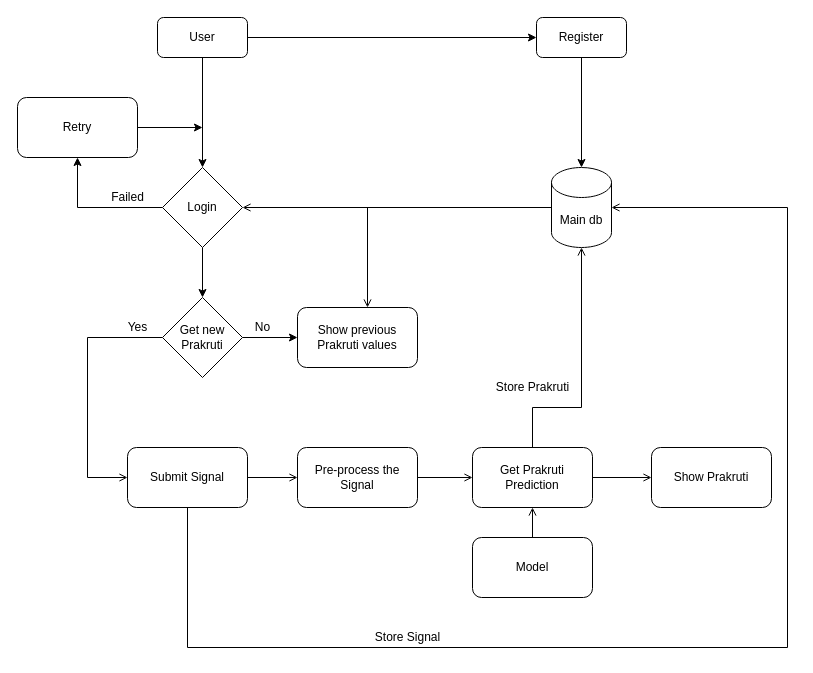
The draw.io diagram page "Architecture" (6 of 8) of nadi.drawio in MohitBurkule/nadi, before the edit. Source tidied: cells renumbered, new cells numbered last; positions are measured from the earlier drawing's top-left corner, leaving out a move shared by most shapes. Both pictures are drawn from the tidied source at 100%, with x=0, y=0 at pixel (17, 17).
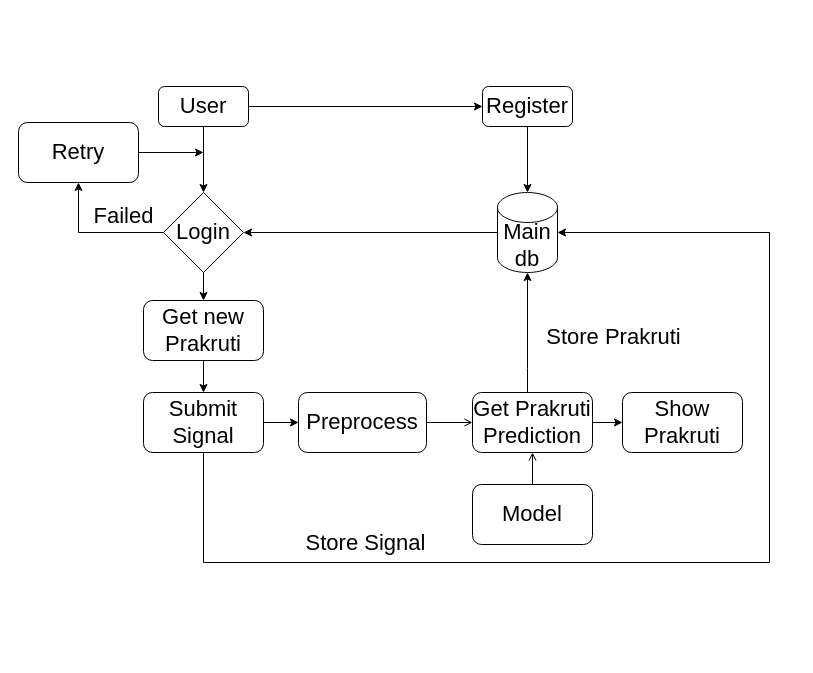
Above is the later version.

What changed in the source:
```diff
@@
-    <mxCell id="2" style="edgeStyle=orthogonalEdgeStyle;rounded=0;jettySize=auto;html=1;exitX=0;exitY=0.5;exitDx=0;exitDy=0;exitPerimeter=0;endArrow=open;endFill=0;" parent="1" edge="1" source="4" target="22">
-      <mxGeometry relative="1" as="geometry">
-        <Array as="points">
-          <mxPoint x="350" y="190" />
-        </Array>
-      </mxGeometry>
-    </mxCell>
-    <mxCell id="3" style="edgeStyle=orthogonalEdgeStyle;rounded=0;jettySize=auto;html=1;exitX=0;exitY=0.5;exitDx=0;exitDy=0;exitPerimeter=0;entryX=1;entryY=0.5;entryDx=0;entryDy=0;endArrow=open;endFill=0;" parent="1" edge="1" source="4" target="12">
+    <mxCell id="3" style="edgeStyle=orthogonalEdgeStyle;rounded=0;jettySize=auto;html=1;fontSize=22;" parent="1" edge="1" source="4" target="12">
       <mxGeometry relative="1" as="geometry" />
     </mxCell>
-    <mxCell id="4" value="Main db" style="shape=cylinder3;whiteSpace=wrap;html=1;boundedLbl=1;backgroundOutline=1;size=15;" parent="1" vertex="1">
-      <mxGeometry x="534" y="150" width="60" height="80" as="geometry" />
+    <mxCell id="4" value="Main db" style="shape=cylinder3;whiteSpace=wrap;html=1;boundedLbl=1;backgroundOutline=1;size=15;fontSize=22;" parent="1" vertex="1">
+      <mxGeometry x="480" y="175" width="60" height="80" as="geometry" />
     </mxCell>
@@
-    <mxCell id="7" value="User" style="rounded=1;whiteSpace=wrap;html=1;" parent="1" vertex="1">
-      <mxGeometry x="140" width="90" height="40" as="geometry" />
+    <mxCell id="7" value="User" style="rounded=1;whiteSpace=wrap;html=1;fontSize=22;" parent="1" vertex="1">
+      <mxGeometry x="141" y="69" width="90" height="40" as="geometry" />
     </mxCell>
@@
-    <mxCell id="9" value="Register" style="rounded=1;whiteSpace=wrap;html=1;" parent="1" vertex="1">
-      <mxGeometry x="519" width="90" height="40" as="geometry" />
+    <mxCell id="9" value="Register" style="rounded=1;whiteSpace=wrap;html=1;fontSize=22;" parent="1" vertex="1">
+      <mxGeometry x="465" y="69" width="90" height="40" as="geometry" />
     </mxCell>
@@
-    <mxCell id="11" style="edgeStyle=orthogonalEdgeStyle;rounded=0;jettySize=auto;html=1;exitX=0.5;exitY=1;exitDx=0;exitDy=0;entryX=0.5;entryY=0;entryDx=0;entryDy=0;" parent="1" edge="1" source="12" target="21">
+    <mxCell id="11" style="edgeStyle=orthogonalEdgeStyle;rounded=0;jettySize=auto;html=1;fontSize=22;" parent="1" edge="1" source="12" target="21">
       <mxGeometry relative="1" as="geometry" />
     </mxCell>
-    <mxCell id="12" value="Login" style="rhombus;whiteSpace=wrap;html=1;" parent="1" vertex="1">
-      <mxGeometry x="145" y="150" width="80" height="80" as="geometry" />
+    <mxCell id="12" value="Login" style="rhombus;whiteSpace=wrap;html=1;fontSize=22;" parent="1" vertex="1">
+      <mxGeometry x="146" y="175" width="80" height="80" as="geometry" />
     </mxCell>
-    <mxCell id="13" style="edgeStyle=orthogonalEdgeStyle;rounded=0;jettySize=auto;html=1;exitX=1;exitY=0.5;exitDx=0;exitDy=0;endArrow=open;endFill=0;" parent="1" edge="1" source="33" target="27">
+    <mxCell id="13" style="edgeStyle=orthogonalEdgeStyle;rounded=0;jettySize=auto;html=1;exitX=1;exitY=0.5;exitDx=0;exitDy=0;endArrow=open;endFill=0;fontSize=22;" parent="1" edge="1" source="33" target="27">
       <mxGeometry relative="1" as="geometry" />
     </mxCell>
+    <mxCell id="34" style="edgeStyle=orthogonalEdgeStyle;rounded=0;jettySize=auto;html=1;exitX=1;exitY=0.5;exitDx=0;exitDy=0;fontSize=22;" parent="1" edge="1" source="15" target="33">
+      <mxGeometry relative="1" as="geometry" />
+    </mxCell>
-    <mxCell id="14" style="edgeStyle=orthogonalEdgeStyle;rounded=0;jettySize=auto;html=1;exitX=0.5;exitY=1;exitDx=0;exitDy=0;entryX=1;entryY=0.5;entryDx=0;entryDy=0;entryPerimeter=0;endArrow=open;endFill=0;" parent="1" edge="1" source="15" target="4">
+    <mxCell id="14" style="edgeStyle=orthogonalEdgeStyle;rounded=0;jettySize=auto;html=1;entryX=1;entryY=0.5;entryDx=0;entryDy=0;entryPerimeter=0;fontSize=22;" parent="1" edge="1" source="15" target="4">
       <mxGeometry relative="1" as="geometry">
         <Array as="points">
-          <mxPoint x="170" y="630" />
-          <mxPoint x="770" y="630" />
-          <mxPoint x="770" y="190" />
+          <mxPoint x="186" y="545" />
+          <mxPoint x="752" y="545" />
+          <mxPoint x="752" y="215" />
         </Array>
       </mxGeometry>
     </mxCell>
-    <mxCell id="15" value="Submit Signal" style="rounded=1;whiteSpace=wrap;html=1;" parent="1" vertex="1">
-      <mxGeometry x="110" y="430" width="120" height="60" as="geometry" />
+    <mxCell id="15" value="Submit Signal" style="rounded=1;whiteSpace=wrap;html=1;fontSize=22;" parent="1" vertex="1">
+      <mxGeometry x="126" y="375" width="120" height="60" as="geometry" />
     </mxCell>
     <mxCell id="16" style="edgeStyle=orthogonalEdgeStyle;rounded=0;jettySize=auto;html=1;exitX=1;exitY=0.5;exitDx=0;exitDy=0;" parent="1" edge="1" source="17">
       <mxGeometry relative="1" as="geometry">
-        <mxPoint x="185" y="110" as="targetPoint" />
+        <mxPoint x="186" y="135" as="targetPoint" />
       </mxGeometry>
     </mxCell>
-    <mxCell id="17" value="Retry" style="rounded=1;whiteSpace=wrap;html=1;" parent="1" vertex="1">
-      <mxGeometry y="80" width="120" height="60" as="geometry" />
+    <mxCell id="17" value="Retry" style="rounded=1;whiteSpace=wrap;html=1;fontSize=22;" parent="1" vertex="1">
+      <mxGeometry x="1" y="105" width="120" height="60" as="geometry" />
     </mxCell>
-    <mxCell id="18" value="Failed" style="text;html=1;align=center;verticalAlign=middle;" parent="1" vertex="1">
-      <mxGeometry x="85" y="170" width="50" height="20" as="geometry" />
+    <mxCell id="18" value="Failed" style="text;html=1;align=center;verticalAlign=middle;fontSize=22;" parent="1" vertex="1">
+      <mxGeometry x="71" y="184" width="70" height="30" as="geometry" />
     </mxCell>
-    <mxCell id="19" style="edgeStyle=orthogonalEdgeStyle;rounded=0;jettySize=auto;html=1;exitX=1;exitY=0.5;exitDx=0;exitDy=0;entryX=0;entryY=0.5;entryDx=0;entryDy=0;" parent="1" edge="1" source="21" target="22">
-      <mxGeometry relative="1" as="geometry" />
-    </mxCell>
-    <mxCell id="20" style="edgeStyle=orthogonalEdgeStyle;rounded=0;jettySize=auto;html=1;exitX=0;exitY=0.5;exitDx=0;exitDy=0;entryX=0;entryY=0.5;entryDx=0;entryDy=0;endArrow=open;endFill=0;" parent="1" edge="1" source="21" target="15">
-      <mxGeometry relative="1" as="geometry">
-        <Array as="points">
-          <mxPoint x="70" y="320" />
-          <mxPoint x="70" y="460" />
-        </Array>
-      </mxGeometry>
-    </mxCell>
-    <mxCell id="21" value="Get new Prakruti" style="rhombus;whiteSpace=wrap;html=1;" parent="1" vertex="1">
-      <mxGeometry x="145" y="280" width="80" height="80" as="geometry" />
-    </mxCell>
-    <mxCell id="22" value="Show previous Prakruti values" style="rounded=1;whiteSpace=wrap;html=1;" parent="1" vertex="1">
-      <mxGeometry x="280" y="290" width="120" height="60" as="geometry" />
-    </mxCell>
-    <mxCell id="23" value="No" style="text;html=1;align=center;verticalAlign=middle;" parent="1" vertex="1">
-      <mxGeometry x="230" y="300" width="30" height="20" as="geometry" />
-    </mxCell>
-    <mxCell id="24" value="Yes" style="text;html=1;align=center;verticalAlign=middle;" parent="1" vertex="1">
-      <mxGeometry x="100" y="300" width="40" height="20" as="geometry" />
-    </mxCell>
+    <mxCell id="26" style="edgeStyle=orthogonalEdgeStyle;rounded=0;jettySize=auto;html=1;entryX=0.5;entryY=1;entryDx=0;entryDy=0;entryPerimeter=0;fontSize=22;" parent="1" edge="1" source="27" target="4">
+      <mxGeometry relative="1" as="geometry">
+        <Array as="points">
+          <mxPoint x="510" y="351" />
+          <mxPoint x="510" y="351" />
+        </Array>
+      </mxGeometry>
+    </mxCell>
-    <mxCell id="25" style="edgeStyle=orthogonalEdgeStyle;rounded=0;jettySize=auto;html=1;exitX=1;exitY=0.5;exitDx=0;exitDy=0;entryX=0;entryY=0.5;entryDx=0;entryDy=0;endArrow=open;endFill=0;" parent="1" edge="1" source="27" target="30">
+    <mxCell id="25" style="edgeStyle=orthogonalEdgeStyle;rounded=0;jettySize=auto;html=1;exitX=1;exitY=0.5;exitDx=0;exitDy=0;fontSize=22;" parent="1" edge="1" source="27" target="30">
       <mxGeometry relative="1" as="geometry" />
     </mxCell>
-    <mxCell id="26" style="edgeStyle=orthogonalEdgeStyle;rounded=0;jettySize=auto;html=1;exitX=0.5;exitY=0;exitDx=0;exitDy=0;entryX=0.5;entryY=1;entryDx=0;entryDy=0;entryPerimeter=0;endArrow=open;endFill=0;" parent="1" edge="1" source="27" target="4">
-      <mxGeometry relative="1" as="geometry">
-        <Array as="points">
-          <mxPoint x="515" y="390" />
-          <mxPoint x="564" y="390" />
-        </Array>
-      </mxGeometry>
-    </mxCell>
-    <mxCell id="27" value="Get Prakruti Prediction" style="rounded=1;whiteSpace=wrap;html=1;" parent="1" vertex="1">
-      <mxGeometry x="455" y="430" width="120" height="60" as="geometry" />
+    <mxCell id="27" value="Get Prakruti Prediction" style="rounded=1;whiteSpace=wrap;html=1;fontSize=22;" parent="1" vertex="1">
+      <mxGeometry x="455" y="375" width="120" height="60" as="geometry" />
     </mxCell>
-    <mxCell id="28" style="edgeStyle=orthogonalEdgeStyle;rounded=0;jettySize=auto;html=1;exitX=0.5;exitY=0;exitDx=0;exitDy=0;entryX=0.5;entryY=1;entryDx=0;entryDy=0;endArrow=open;endFill=0;" parent="1" edge="1" source="29" target="27">
+    <mxCell id="28" style="edgeStyle=orthogonalEdgeStyle;rounded=0;jettySize=auto;html=1;exitX=0.5;exitY=0;exitDx=0;exitDy=0;entryX=0.5;entryY=1;entryDx=0;entryDy=0;endArrow=open;endFill=0;fontSize=22;" parent="1" edge="1" source="29" target="27">
       <mxGeometry relative="1" as="geometry" />
     </mxCell>
-    <mxCell id="29" value="Model" style="rounded=1;whiteSpace=wrap;html=1;" parent="1" vertex="1">
-      <mxGeometry x="455" y="520" width="120" height="60" as="geometry" />
+    <mxCell id="29" value="Model" style="rounded=1;whiteSpace=wrap;html=1;fontSize=22;" parent="1" vertex="1">
+      <mxGeometry x="455" y="467" width="120" height="60" as="geometry" />
     </mxCell>
-    <mxCell id="30" value="Show Prakruti" style="rounded=1;whiteSpace=wrap;html=1;" parent="1" vertex="1">
-      <mxGeometry x="634" y="430" width="120" height="60" as="geometry" />
+    <mxCell id="30" value="Show Prakruti" style="rounded=1;whiteSpace=wrap;html=1;fontSize=22;" parent="1" vertex="1">
+      <mxGeometry x="605" y="375" width="120" height="60" as="geometry" />
     </mxCell>
-    <mxCell id="31" value="Store Signal" style="text;html=1;align=center;verticalAlign=middle;" parent="1" vertex="1">
-      <mxGeometry x="350" y="610" width="80" height="20" as="geometry" />
+    <mxCell id="31" value="Store Signal" style="text;html=1;align=center;verticalAlign=middle;fontSize=22;" parent="1" vertex="1">
+      <mxGeometry x="283" y="511" width="130" height="30" as="geometry" />
     </mxCell>
-    <mxCell id="32" value="Store Prakruti" style="text;html=1;align=center;verticalAlign=middle;" parent="1" vertex="1">
-      <mxGeometry x="470" y="360" width="90" height="20" as="geometry" />
+    <mxCell id="32" value="Store Prakruti" style="text;html=1;align=center;verticalAlign=middle;fontSize=22;" parent="1" vertex="1">
+      <mxGeometry x="523" y="305" width="145" height="30" as="geometry" />
     </mxCell>
-    <mxCell id="33" value="Pre-process the Signal" style="rounded=1;whiteSpace=wrap;html=1;" parent="1" vertex="1">
-      <mxGeometry x="280" y="430" width="120" height="60" as="geometry" />
+    <mxCell id="33" value="Preprocess" style="rounded=1;whiteSpace=wrap;html=1;fontSize=22;" parent="1" vertex="1">
+      <mxGeometry x="281" y="375" width="128" height="60" as="geometry" />
     </mxCell>
-    <mxCell id="34" style="edgeStyle=orthogonalEdgeStyle;rounded=0;jettySize=auto;html=1;exitX=1;exitY=0.5;exitDx=0;exitDy=0;endArrow=open;endFill=0;entryX=0;entryY=0.5;entryDx=0;entryDy=0;" parent="1" edge="1" source="15" target="33">
-      <mxGeometry relative="1" as="geometry" />
-    </mxCell>
+    <mxCell id="20" style="edgeStyle=orthogonalEdgeStyle;rounded=0;jettySize=auto;html=1;fontSize=22;" parent="1" edge="1" source="21" target="15">
+      <mxGeometry relative="1" as="geometry" />
+    </mxCell>
+    <mxCell id="21" value="Get new Prakruti" style="rounded=1;whiteSpace=wrap;html=1;fontSize=22;" parent="1" vertex="1">
+      <mxGeometry x="126" y="283" width="120" height="60" as="geometry" />
+    </mxCell>
```
